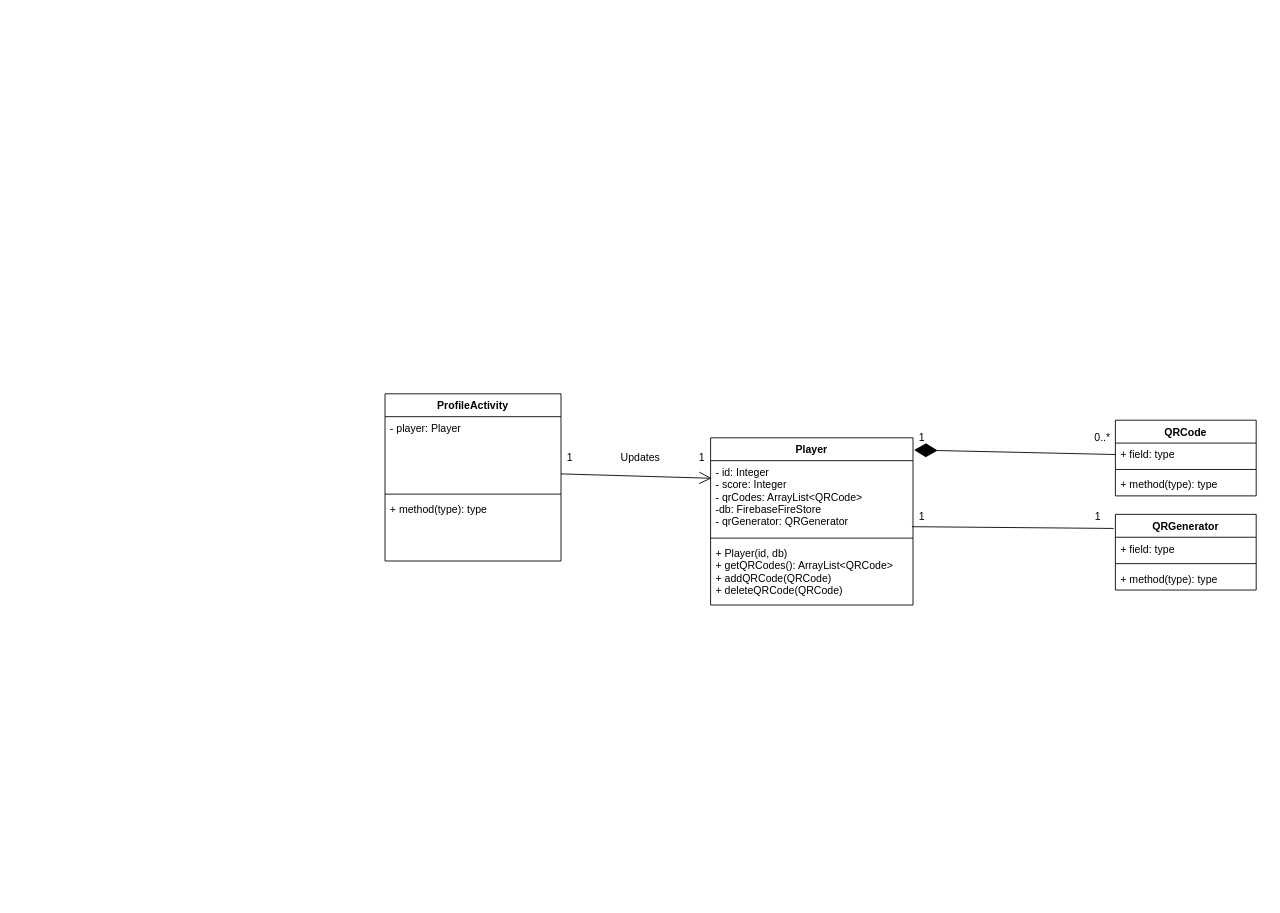
Earlier version of the draw.io diagram doc/UML Class Diagram.drawio (CMPUT301W22T21/turtleparties). Source tidied: cells renumbered, new cells numbered last; positions are measured from the earlier drawing's top-left corner, leaving out a move shared by most shapes. Both pictures are drawn from the tidied source at 88%, with x=0, y=0 at pixel (385, 393).
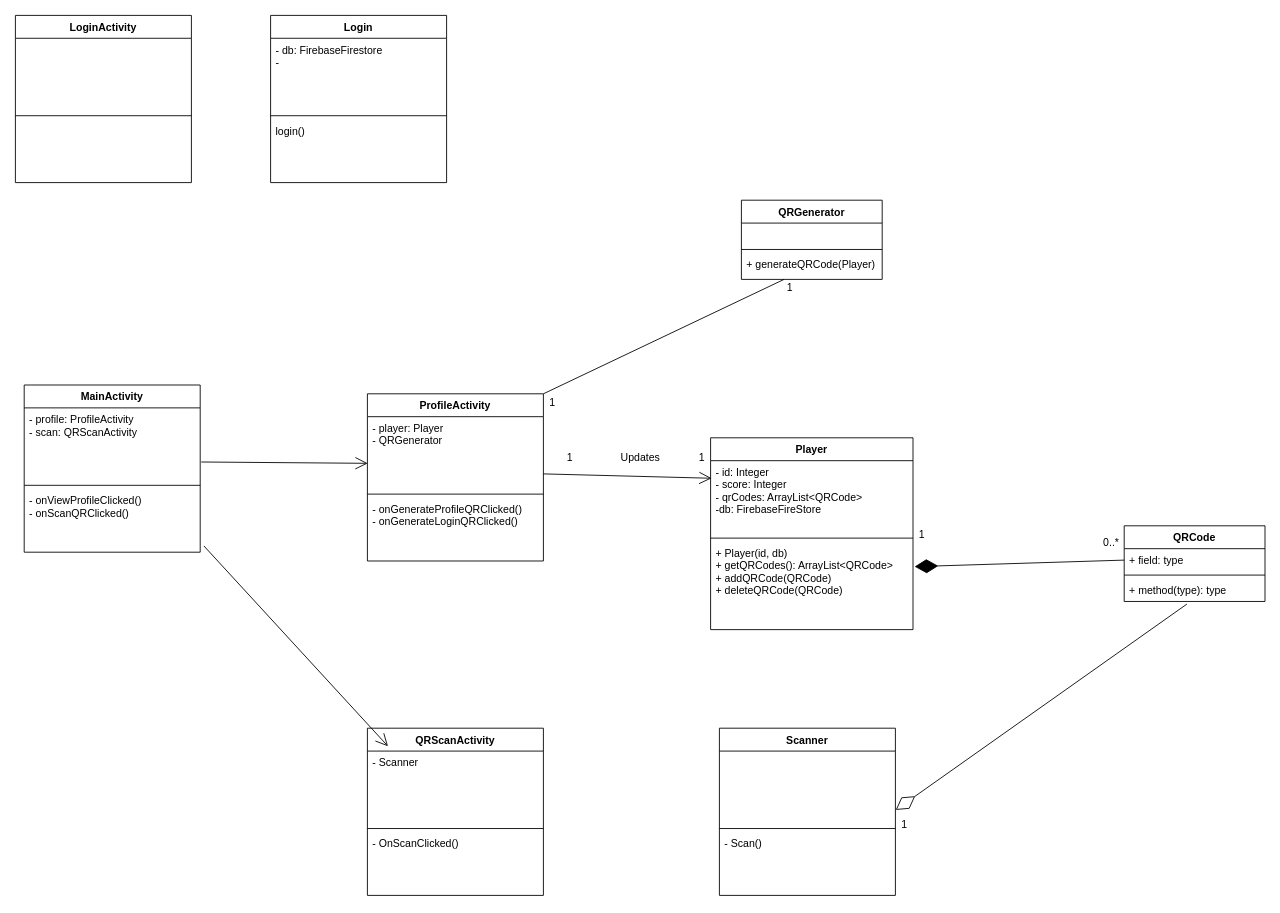
The same diagram, later.

Commit message:
updated UML diagram

Unchanged cells that the change refers to:
```xml
<mxCell id="7" value="+ field: type" style="text;strokeColor=none;fillColor=none;align=left;verticalAlign=top;spacingLeft=4;spacingRight=4;overflow=hidden;points=[[0,0.5],[1,0.5]];portConstraint=eastwest;" parent="6" vertex="1">
  <mxGeometry y="26" width="160" height="26" as="geometry" />
</mxCell>
<mxCell id="9" value="+ method(type): type" style="text;strokeColor=none;fillColor=none;align=left;verticalAlign=top;spacingLeft=4;spacingRight=4;overflow=hidden;points=[[0,0.5],[1,0.5]];portConstraint=eastwest;" parent="6" vertex="1">
  <mxGeometry y="60" width="160" height="26" as="geometry" />
</mxCell>
```

What changed in the source:
```diff
@@
     <mxCell id="2" value="Player" style="swimlane;fontStyle=1;align=center;verticalAlign=top;horizontal=1;startSize=26;" parent="1" vertex="1">
-      <mxGeometry x="370" y="50" width="230" height="190" as="geometry" />
+      <mxGeometry x="370" y="50" width="230" height="218" as="geometry" />
     </mxCell>
-    <mxCell id="3" value="- id: Integer&#10;- score: Integer&#10;- qrCodes: ArrayList&lt;QRCode&gt;&#10;-db: FirebaseFireStore&#10;- qrGenerator: QRGenerator" style="text;strokeColor=none;fillColor=none;align=left;verticalAlign=top;spacingLeft=4;spacingRight=4;overflow=hidden;points=[[0,0.5],[1,0.5]];portConstraint=eastwest;" parent="2" vertex="1">
+    <mxCell id="3" value="- id: Integer&#10;- score: Integer&#10;- qrCodes: ArrayList&lt;QRCode&gt;&#10;-db: FirebaseFireStore" style="text;strokeColor=none;fillColor=none;align=left;verticalAlign=top;spacingLeft=4;spacingRight=4;overflow=hidden;points=[[0,0.5],[1,0.5]];portConstraint=eastwest;" parent="2" vertex="1">
       <mxGeometry y="26" width="230" height="84" as="geometry" />
     </mxCell>
@@
     <mxCell id="5" value="+ Player(id, db)&#10;+ getQRCodes(): ArrayList&lt;QRCode&gt;&#10;+ addQRCode(QRCode)&#10;+ deleteQRCode(QRCode)" style="text;strokeColor=none;fillColor=none;align=left;verticalAlign=top;spacingLeft=4;spacingRight=4;overflow=hidden;points=[[0,0.5],[1,0.5]];portConstraint=eastwest;" parent="2" vertex="1">
-      <mxGeometry y="118" width="230" height="72" as="geometry" />
+      <mxGeometry y="118" width="230" height="100" as="geometry" />
     </mxCell>
     <mxCell id="6" value="QRCode" style="swimlane;fontStyle=1;align=center;verticalAlign=top;horizontal=1;startSize=26;" parent="1" vertex="1">
-      <mxGeometry x="830" y="30" width="160" height="86" as="geometry" />
+      <mxGeometry x="840" y="150" width="160" height="86" as="geometry" />
     </mxCell>
@@
-    <mxCell id="10" style="endArrow=diamondThin;endFill=1;endSize=24;html=1;rounded=0;exitX=0;exitY=0.5;exitDx=0;exitDy=0;entryX=1.005;entryY=0.073;entryDx=0;entryDy=0;entryPerimeter=0;" parent="1" edge="1" source="7" target="2">
+    <mxCell id="10" style="endArrow=diamondThin;endFill=1;endSize=24;html=1;rounded=0;exitX=0;exitY=0.5;exitDx=0;exitDy=0;entryX=1.008;entryY=0.284;entryDx=0;entryDy=0;entryPerimeter=0;" parent="1" edge="1" source="7" target="5">
       <mxGeometry relative="1" as="geometry" />
     </mxCell>
     <mxCell id="11" value="QRGenerator" style="swimlane;fontStyle=1;align=center;verticalAlign=top;horizontal=1;startSize=26;" parent="1" vertex="1">
-      <mxGeometry x="830" y="137" width="160" height="86" as="geometry" />
+      <mxGeometry x="405" y="-220" width="160" height="90" as="geometry" />
     </mxCell>
-    <mxCell id="12" value="+ field: type" style="text;strokeColor=none;fillColor=none;align=left;verticalAlign=top;spacingLeft=4;spacingRight=4;overflow=hidden;" parent="11" vertex="1">
+    <mxCell id="12" value=" " style="text;strokeColor=none;fillColor=none;align=left;verticalAlign=top;spacingLeft=4;spacingRight=4;overflow=hidden;" parent="11" vertex="1">
       <mxGeometry y="26" width="160" height="26" as="geometry" />
     </mxCell>
@@
-    <mxCell id="14" value="+ method(type): type" style="text;strokeColor=none;fillColor=none;align=left;verticalAlign=top;spacingLeft=4;spacingRight=4;overflow=hidden;points=[[0,0.5],[1,0.5]];portConstraint=eastwest;" parent="11" vertex="1">
-      <mxGeometry y="60" width="160" height="26" as="geometry" />
+    <mxCell id="14" value="+ generateQRCode(Player)&#10;" style="text;strokeColor=none;fillColor=none;align=left;verticalAlign=top;spacingLeft=4;spacingRight=4;overflow=hidden;points=[[0,0.5],[1,0.5]];portConstraint=eastwest;" parent="11" vertex="1">
+      <mxGeometry y="60" width="160" height="30" as="geometry" />
     </mxCell>
-    <mxCell id="15" style="endArrow=none;html=1;rounded=0;exitX=0.995;exitY=0.893;exitDx=0;exitDy=0;exitPerimeter=0;entryX=-0.012;entryY=0.186;entryDx=0;entryDy=0;entryPerimeter=0;" parent="1" edge="1" source="3" target="11">
+    <mxCell id="15" style="endArrow=none;html=1;rounded=0;exitX=1;exitY=0;exitDx=0;exitDy=0;" parent="1" edge="1" source="20" target="14">
       <mxGeometry relative="1" as="geometry" />
     </mxCell>
     <mxCell id="16" value="1" style="text;html=1;align=center;verticalAlign=middle;strokeColor=none;fillColor=none;" parent="1" vertex="1">
-      <mxGeometry x="600" y="130" width="20" height="20" as="geometry" />
+      <mxGeometry x="180" width="20" height="20" as="geometry" />
     </mxCell>
     <mxCell id="17" value="1" style="text;html=1;align=center;verticalAlign=middle;strokeColor=none;fillColor=none;" parent="1" vertex="1">
-      <mxGeometry x="800" y="130" width="20" height="20" as="geometry" />
+      <mxGeometry x="450" y="-130" width="20" height="20" as="geometry" />
     </mxCell>
     <mxCell id="18" value="1" style="text;html=1;align=center;verticalAlign=middle;strokeColor=none;fillColor=none;" parent="1" vertex="1">
-      <mxGeometry x="600" y="40" width="20" height="20" as="geometry" />
+      <mxGeometry x="600" y="150" width="20" height="20" as="geometry" />
     </mxCell>
     <mxCell id="19" value="0..*" style="text;html=1;align=center;verticalAlign=middle;strokeColor=none;fillColor=none;" parent="1" vertex="1">
-      <mxGeometry x="800" y="40" width="30" height="20" as="geometry" />
+      <mxGeometry x="810" y="160" width="30" height="20" as="geometry" />
     </mxCell>
     <mxCell id="20" value="ProfileActivity" style="swimlane;fontStyle=1;align=center;verticalAlign=top;horizontal=1;startSize=26;" parent="1" vertex="1">
-      <mxGeometry width="200" height="190" as="geometry" />
+      <mxGeometry x="-20" width="200" height="190" as="geometry" />
     </mxCell>
-    <mxCell id="21" value="- player: Player&#10;" style="text;strokeColor=none;fillColor=none;align=left;verticalAlign=top;spacingLeft=4;spacingRight=4;overflow=hidden;points=[[0,0.5],[1,0.5]];portConstraint=eastwest;" parent="20" vertex="1">
+    <mxCell id="21" value="- player: Player&#10;- QRGenerator" style="text;strokeColor=none;fillColor=none;align=left;verticalAlign=top;spacingLeft=4;spacingRight=4;overflow=hidden;points=[[0,0.5],[1,0.5]];portConstraint=eastwest;" parent="20" vertex="1">
       <mxGeometry y="26" width="200" height="84" as="geometry" />
     </mxCell>
@@
-    <mxCell id="23" value="+ method(type): type&#10;" style="text;strokeColor=none;fillColor=none;align=left;verticalAlign=top;spacingLeft=4;spacingRight=4;overflow=hidden;" parent="20" vertex="1">
+    <mxCell id="23" value="- onGenerateProfileQRClicked()&#10;- onGenerateLoginQRClicked()" style="text;strokeColor=none;fillColor=none;align=left;verticalAlign=top;spacingLeft=4;spacingRight=4;overflow=hidden;" parent="20" vertex="1">
       <mxGeometry y="118" width="200" height="72" as="geometry" />
     </mxCell>
@@
+    <mxCell id="28" value="MainActivity" style="swimlane;fontStyle=1;align=center;verticalAlign=top;horizontal=1;startSize=26;" parent="1" vertex="1">
+      <mxGeometry x="-410" y="-10" width="200" height="190" as="geometry" />
+    </mxCell>
+    <mxCell id="29" value="- profile: ProfileActivity&#10;- scan: QRScanActivity" style="text;strokeColor=none;fillColor=none;align=left;verticalAlign=top;spacingLeft=4;spacingRight=4;overflow=hidden;points=[[0,0.5],[1,0.5]];portConstraint=eastwest;" parent="28" vertex="1">
+      <mxGeometry y="26" width="200" height="84" as="geometry" />
+    </mxCell>
+    <mxCell id="30" style="line;strokeWidth=1;fillColor=none;align=left;verticalAlign=middle;spacingTop=-1;spacingLeft=3;spacingRight=3;labelPosition=right;" parent="28" vertex="1">
+      <mxGeometry y="110" width="200" height="8" as="geometry" />
+    </mxCell>
+    <mxCell id="31" value="- onViewProfileClicked()&#10;- onScanQRClicked()" style="text;strokeColor=none;fillColor=none;align=left;verticalAlign=top;spacingLeft=4;spacingRight=4;overflow=hidden;points=[[0,0.5],[1,0.5]];portConstraint=eastwest;" parent="28" vertex="1">
+      <mxGeometry y="118" width="200" height="72" as="geometry" />
+    </mxCell>
+    <mxCell id="32" value="LoginActivity" style="swimlane;fontStyle=1;align=center;verticalAlign=top;horizontal=1;startSize=26;" parent="1" vertex="1">
+      <mxGeometry x="-420" y="-430" width="200" height="190" as="geometry" />
+    </mxCell>
+    <mxCell id="33" value="&#10;" style="text;strokeColor=none;fillColor=none;align=left;verticalAlign=top;spacingLeft=4;spacingRight=4;overflow=hidden;" parent="32" vertex="1">
+      <mxGeometry y="26" width="200" height="84" as="geometry" />
+    </mxCell>
+    <mxCell id="34" style="line;strokeWidth=1;fillColor=none;align=left;verticalAlign=middle;spacingTop=-1;spacingLeft=3;spacingRight=3;labelPosition=right;" parent="32" vertex="1">
+      <mxGeometry y="110" width="200" height="8" as="geometry" />
+    </mxCell>
+    <mxCell id="35" value="&#10;" style="text;strokeColor=none;fillColor=none;align=left;verticalAlign=top;spacingLeft=4;spacingRight=4;overflow=hidden;" parent="32" vertex="1">
+      <mxGeometry y="118" width="200" height="72" as="geometry" />
+    </mxCell>
+    <mxCell id="36" value="Login" style="swimlane;fontStyle=1;align=center;verticalAlign=top;horizontal=1;startSize=26;" parent="1" vertex="1">
+      <mxGeometry x="-130" y="-430" width="200" height="190" as="geometry" />
+    </mxCell>
+    <mxCell id="37" value="- db: FirebaseFirestore&#10;- " style="text;strokeColor=none;fillColor=none;align=left;verticalAlign=top;spacingLeft=4;spacingRight=4;overflow=hidden;" parent="36" vertex="1">
+      <mxGeometry y="26" width="200" height="84" as="geometry" />
+    </mxCell>
+    <mxCell id="38" style="line;strokeWidth=1;fillColor=none;align=left;verticalAlign=middle;spacingTop=-1;spacingLeft=3;spacingRight=3;labelPosition=right;" parent="36" vertex="1">
+      <mxGeometry y="110" width="200" height="8" as="geometry" />
+    </mxCell>
+    <mxCell id="39" value="login()" style="text;strokeColor=none;fillColor=none;align=left;verticalAlign=top;spacingLeft=4;spacingRight=4;overflow=hidden;" parent="36" vertex="1">
+      <mxGeometry y="118" width="200" height="72" as="geometry" />
+    </mxCell>
+    <mxCell id="40" value="QRScanActivity" style="swimlane;fontStyle=1;align=center;verticalAlign=top;horizontal=1;startSize=26;" parent="1" vertex="1">
+      <mxGeometry x="-20" y="380" width="200" height="190" as="geometry" />
+    </mxCell>
+    <mxCell id="41" value="- Scanner" style="text;strokeColor=none;fillColor=none;align=left;verticalAlign=top;spacingLeft=4;spacingRight=4;overflow=hidden;points=[[0,0.5],[1,0.5]];portConstraint=eastwest;" parent="40" vertex="1">
+      <mxGeometry y="26" width="200" height="84" as="geometry" />
+    </mxCell>
+    <mxCell id="42" style="line;strokeWidth=1;fillColor=none;align=left;verticalAlign=middle;spacingTop=-1;spacingLeft=3;spacingRight=3;labelPosition=right;" parent="40" vertex="1">
+      <mxGeometry y="110" width="200" height="8" as="geometry" />
+    </mxCell>
+    <mxCell id="43" value="- OnScanClicked()" style="text;strokeColor=none;fillColor=none;align=left;verticalAlign=top;spacingLeft=4;spacingRight=4;overflow=hidden;" parent="40" vertex="1">
+      <mxGeometry y="118" width="200" height="72" as="geometry" />
+    </mxCell>
+    <mxCell id="44" value="Scanner" style="swimlane;fontStyle=1;align=center;verticalAlign=top;horizontal=1;startSize=26;" parent="1" vertex="1">
+      <mxGeometry x="380" y="380" width="200" height="190" as="geometry" />
+    </mxCell>
+    <mxCell id="45" value="&#10;" style="text;strokeColor=none;fillColor=none;align=left;verticalAlign=top;spacingLeft=4;spacingRight=4;overflow=hidden;points=[[0,0.5],[1,0.5]];portConstraint=eastwest;" parent="44" vertex="1">
+      <mxGeometry y="26" width="200" height="84" as="geometry" />
+    </mxCell>
+    <mxCell id="46" style="line;strokeWidth=1;fillColor=none;align=left;verticalAlign=middle;spacingTop=-1;spacingLeft=3;spacingRight=3;labelPosition=right;" parent="44" vertex="1">
+      <mxGeometry y="110" width="200" height="8" as="geometry" />
+    </mxCell>
+    <mxCell id="47" value="- Scan()" style="text;strokeColor=none;fillColor=none;align=left;verticalAlign=top;spacingLeft=4;spacingRight=4;overflow=hidden;" parent="44" vertex="1">
+      <mxGeometry y="118" width="200" height="72" as="geometry" />
+    </mxCell>
+    <mxCell id="48" style="endArrow=diamondThin;endFill=0;endSize=24;html=1;rounded=0;entryX=1.002;entryY=0.796;entryDx=0;entryDy=0;entryPerimeter=0;exitX=0.445;exitY=1.115;exitDx=0;exitDy=0;exitPerimeter=0;" parent="1" edge="1" source="9" target="45">
+      <mxGeometry relative="1" as="geometry" />
+    </mxCell>
+    <mxCell id="49" value="1" style="text;html=1;align=center;verticalAlign=middle;strokeColor=none;fillColor=none;" parent="1" vertex="1">
+      <mxGeometry x="580" y="480" width="20" height="20" as="geometry" />
+    </mxCell>
+    <mxCell id="50" style="endArrow=open;endFill=1;endSize=12;html=1;rounded=0;exitX=1.006;exitY=0.732;exitDx=0;exitDy=0;exitPerimeter=0;entryX=0.002;entryY=0.631;entryDx=0;entryDy=0;entryPerimeter=0;" parent="1" edge="1" source="29" target="21">
+      <mxGeometry relative="1" as="geometry" />
+    </mxCell>
+    <mxCell id="51" style="endArrow=open;endFill=1;endSize=12;html=1;rounded=0;exitX=1.021;exitY=0.901;exitDx=0;exitDy=0;exitPerimeter=0;entryX=0.117;entryY=-0.065;entryDx=0;entryDy=0;entryPerimeter=0;" parent="1" edge="1" source="31" target="41">
+      <mxGeometry relative="1" as="geometry" />
+    </mxCell>
```
